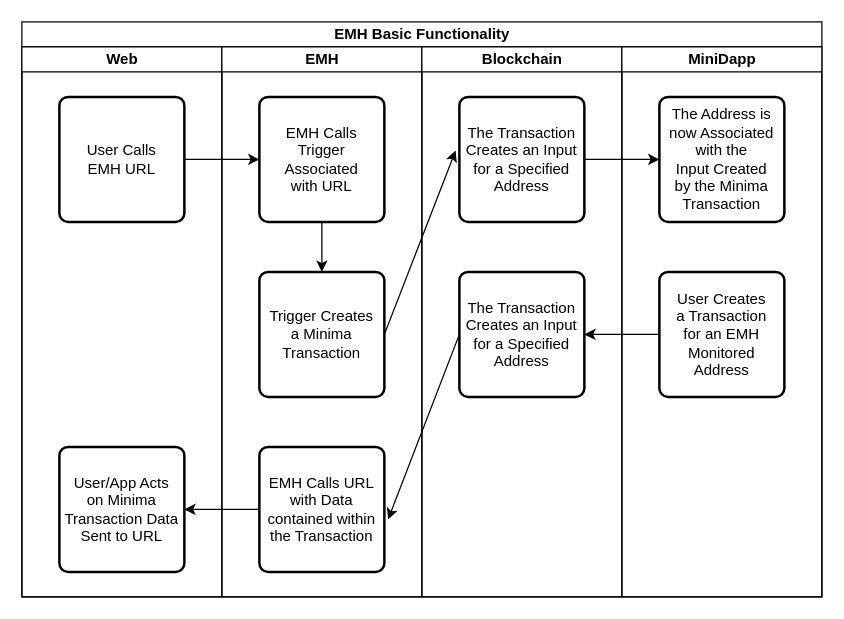
minima-global/emh keeps this draw.io diagram as docs/images/basicWorkflow.drawio. Above is the earlier version. Source tidied: cells renumbered, new cells numbered last; positions are measured from the earlier drawing's top-left corner, leaving out a move shared by most shapes. Both pictures are drawn from the tidied source at 125%, with x=0, y=0 at pixel (21, 21).
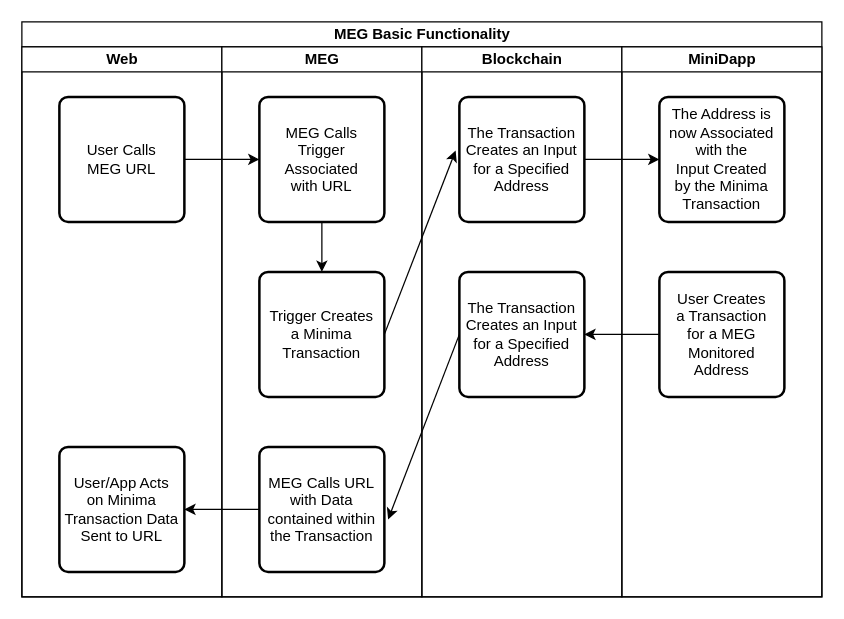
The same page after the edit.

Unchanged cells that the change refers to:
```xml
<mxCell id="3" value="Web" style="swimlane;html=1;startSize=20;" parent="2" vertex="1">
  <mxGeometry y="20" width="160" height="440" as="geometry" />
</mxCell>
<mxCell id="14" value="MiniDapp" style="swimlane;html=1;startSize=20;" parent="2" vertex="1">
  <mxGeometry x="480" y="20" width="160" height="440" as="geometry" />
</mxCell>
```

The edit, as a diff of the source:
```diff
@@
-    <mxCell id="2" value="EMH Basic Functionality" style="swimlane;html=1;startSize=20;" parent="1" vertex="1">
+    <mxCell id="2" value="MEG Basic Functionality" style="swimlane;html=1;startSize=20;" parent="1" vertex="1">
       <mxGeometry width="640" height="460" as="geometry" />
     </mxCell>
@@
-    <mxCell id="4" value="&lt;span&gt;User Calls&lt;/span&gt;&lt;br&gt;&lt;span&gt;EMH URL&lt;/span&gt;" style="rounded=1;whiteSpace=wrap;html=1;absoluteArcSize=1;arcSize=14;strokeWidth=2;" parent="3" vertex="1">
+    <mxCell id="4" value="&lt;span&gt;User Calls&lt;/span&gt;&lt;br&gt;&lt;span&gt;MEG URL&lt;/span&gt;" style="rounded=1;whiteSpace=wrap;html=1;absoluteArcSize=1;arcSize=14;strokeWidth=2;" parent="3" vertex="1">
       <mxGeometry x="30" y="40" width="100" height="100" as="geometry" />
     </mxCell>
@@
-    <mxCell id="6" value="EMH" style="swimlane;html=1;startSize=20;" parent="2" vertex="1">
+    <mxCell id="6" value="MEG" style="swimlane;html=1;startSize=20;" parent="2" vertex="1">
       <mxGeometry x="160" y="20" width="160" height="440" as="geometry" />
     </mxCell>
-    <mxCell id="7" value="&lt;span&gt;EMH Calls&lt;br&gt;Trigger Associated &lt;br&gt;with URL&lt;/span&gt;" style="rounded=1;whiteSpace=wrap;html=1;absoluteArcSize=1;arcSize=14;strokeWidth=2;" parent="6" vertex="1">
+    <mxCell id="7" value="&lt;span&gt;MEG Calls&lt;br&gt;Trigger Associated &lt;br&gt;with URL&lt;/span&gt;" style="rounded=1;whiteSpace=wrap;html=1;absoluteArcSize=1;arcSize=14;strokeWidth=2;" parent="6" vertex="1">
       <mxGeometry x="30" y="40" width="100" height="100" as="geometry" />
     </mxCell>
@@
-    <mxCell id="10" value="EMH Calls URL with Data contained within the Transaction" style="rounded=1;whiteSpace=wrap;html=1;absoluteArcSize=1;arcSize=14;strokeWidth=2;" parent="6" vertex="1">
+    <mxCell id="10" value="MEG Calls URL with Data contained within the Transaction" style="rounded=1;whiteSpace=wrap;html=1;absoluteArcSize=1;arcSize=14;strokeWidth=2;" parent="6" vertex="1">
       <mxGeometry x="30" y="320" width="100" height="100" as="geometry" />
     </mxCell>
@@
-    <mxCell id="16" value="User Creates &lt;br&gt;a Transaction&lt;br&gt;for an EMH Monitored Address" style="rounded=1;whiteSpace=wrap;html=1;absoluteArcSize=1;arcSize=14;strokeWidth=2;" parent="14" vertex="1">
+    <mxCell id="16" value="User Creates &lt;br&gt;a Transaction&lt;br&gt;for a MEG Monitored Address" style="rounded=1;whiteSpace=wrap;html=1;absoluteArcSize=1;arcSize=14;strokeWidth=2;" parent="14" vertex="1">
       <mxGeometry x="30" y="180" width="100" height="100" as="geometry" />
     </mxCell>
```
